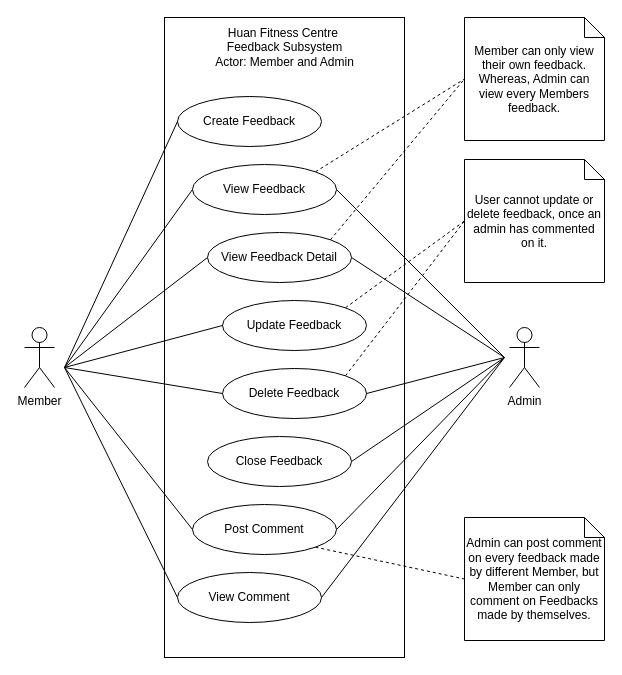
Above: page "Feedback Subsystem" (17 of 18) of diagrams/Use Case Diagram.drawio in iZ86/DIT2153WD (draw.io), before the change. Source tidied: cells renumbered, new cells numbered last; positions are measured from the earlier drawing's top-left corner, leaving out a move shared by most shapes. Both pictures are drawn from the tidied source at 100%, with x=0, y=0 at pixel (24, 17).
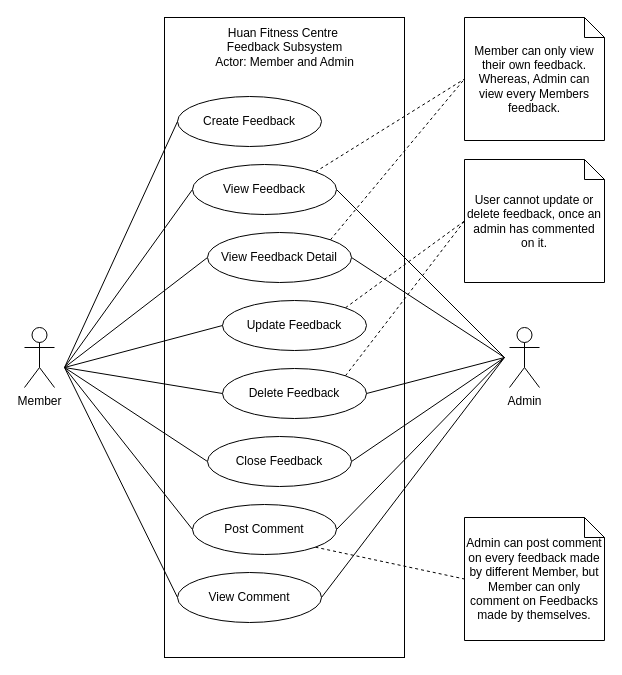
After the change.

Commit message:
Add Feedback system, Member can close feedback

The change refers to these unchanged cells:
```xml
<mxCell id="27" value="&lt;div&gt;Close Feedback&lt;/div&gt;" style="ellipse;whiteSpace=wrap;html=1;" parent="1" vertex="1">
  <mxGeometry x="183" y="419" width="144" height="50" as="geometry" />
</mxCell>
```

What changed in the source:
```diff
@@
+    <mxCell id="35" style="rounded=0;jettySize=auto;html=1;endArrow=none;endFill=0;exitX=0;exitY=0.5;exitDx=0;exitDy=0;" parent="1" edge="1" source="27">
+      <mxGeometry relative="1" as="geometry">
+        <mxPoint x="40" y="350" as="targetPoint" />
+      </mxGeometry>
+    </mxCell>
```
